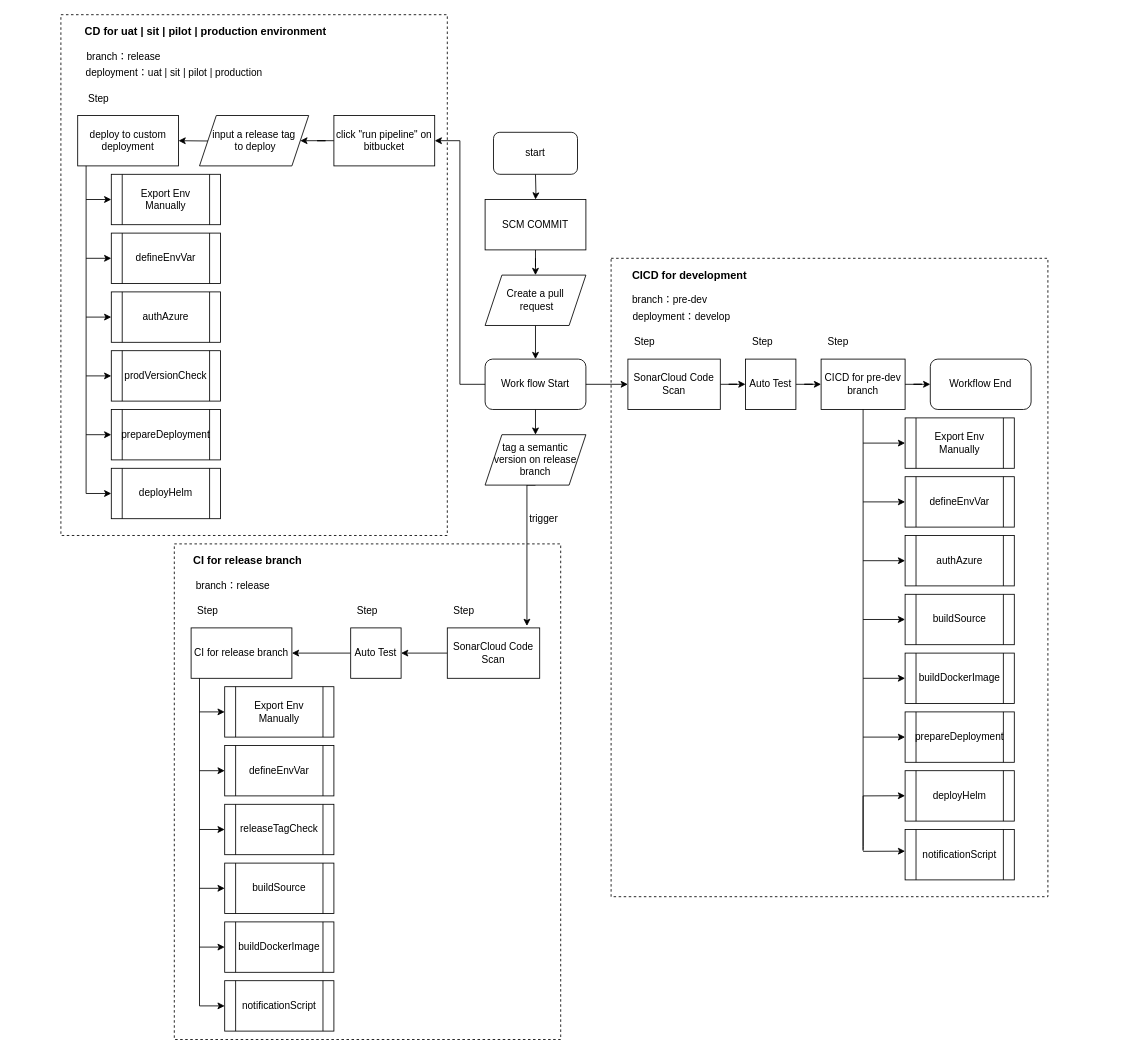
Above: Untitled Diagram.drawio in tinson28/devops-web (draw.io), before the change. Source tidied: cells renumbered, new cells numbered last; positions are measured from the earlier drawing's top-left corner, leaving out a move shared by most shapes. Both pictures are drawn from the tidied source at 84%, with x=0, y=0 at pixel (60, 14).
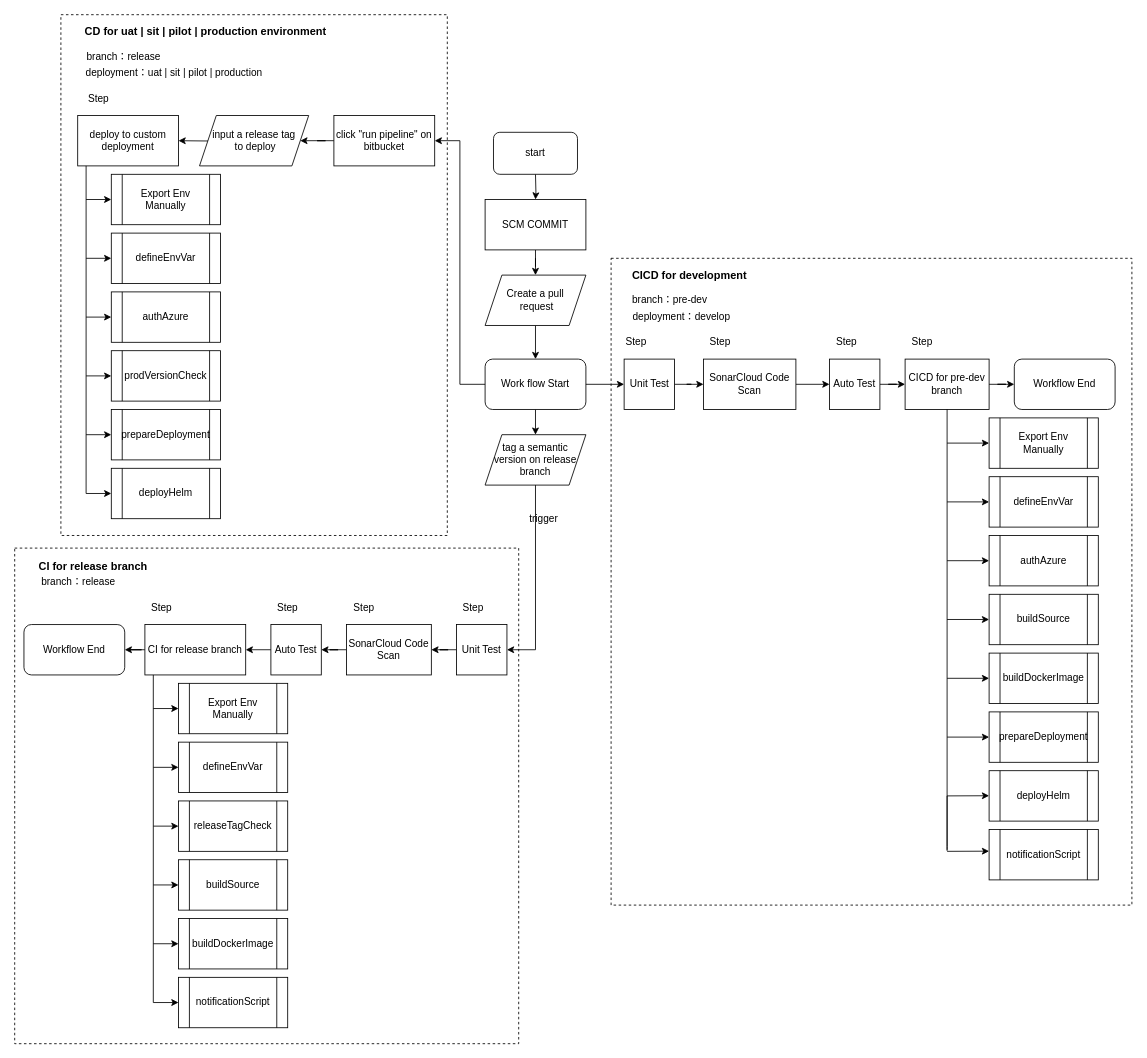
After the change.

The change refers to these unchanged cells:
```xml
<mxCell id="11" value="Work flow Start" style="rounded=1;whiteSpace=wrap;html=1;" parent="1" vertex="1">
  <mxGeometry x="505" y="410" width="120" height="60" as="geometry" />
</mxCell>
<mxCell id="32" value="tag a semantic version on release branch" style="shape=parallelogram;perimeter=parallelogramPerimeter;whiteSpace=wrap;html=1;fixedSize=1;" parent="1" vertex="1">
  <mxGeometry x="505" y="500" width="120" height="60" as="geometry" />
</mxCell>
```

Diff of the diagram source:
```diff
@@
     <mxCell id="2" style="rounded=0;whiteSpace=wrap;html=1;dashed=1;fillColor=none;" parent="1" vertex="1">
-      <mxGeometry x="655" y="290" width="520" height="760" as="geometry" />
+      <mxGeometry x="655" y="290" width="620" height="770" as="geometry" />
     </mxCell>
     <mxCell id="3" style="rounded=0;whiteSpace=wrap;html=1;dashed=1;fillColor=none;" parent="1" vertex="1">
-      <mxGeometry x="135" y="630" width="460" height="590" as="geometry" />
+      <mxGeometry x="-55" y="635" width="600" height="590" as="geometry" />
     </mxCell>
@@
     <mxCell id="13" value="&lt;span&gt;SonarCloud Code Scan&lt;/span&gt;" style="rounded=0;whiteSpace=wrap;html=1;" parent="1" vertex="1">
-      <mxGeometry x="675" y="410" width="110" height="60" as="geometry" />
+      <mxGeometry x="765" y="410" width="110" height="60" as="geometry" />
     </mxCell>
     <mxCell id="14" value="Step" style="text;html=1;strokeColor=none;fillColor=none;align=center;verticalAlign=middle;whiteSpace=wrap;rounded=0;" parent="1" vertex="1">
-      <mxGeometry x="675" y="380" width="40" height="20" as="geometry" />
+      <mxGeometry x="765" y="380" width="40" height="20" as="geometry" />
     </mxCell>
-    <mxCell id="15" style="edgeStyle=orthogonalEdgeStyle;rounded=0;jettySize=auto;html=1;exitX=1;exitY=0.5;exitDx=0;exitDy=0;entryX=0;entryY=0.5;entryDx=0;entryDy=0;" parent="1" edge="1" source="11" target="13">
+    <mxCell id="15" style="edgeStyle=orthogonalEdgeStyle;rounded=0;jettySize=auto;html=1;exitX=1;exitY=0.5;exitDx=0;exitDy=0;entryX=0.5;entryY=1;entryDx=0;entryDy=0;" parent="1" edge="1" source="11" target="95">
       <mxGeometry relative="1" as="geometry" />
     </mxCell>
@@
     <mxCell id="17" value="Auto Test" style="whiteSpace=wrap;html=1;rounded=0;direction=south;" parent="1" vertex="1">
-      <mxGeometry x="815" y="410" width="60" height="60" as="geometry" />
+      <mxGeometry x="915" y="410" width="60" height="60" as="geometry" />
     </mxCell>
     <mxCell id="18" value="Step" style="text;html=1;align=center;verticalAlign=middle;" parent="1" vertex="1">
-      <mxGeometry x="815" y="380" width="40" height="20" as="geometry" />
+      <mxGeometry x="915" y="380" width="40" height="20" as="geometry" />
     </mxCell>
     <mxCell id="19" value="CICD for pre-dev branch" style="whiteSpace=wrap;html=1;rounded=0;" parent="1" vertex="1">
-      <mxGeometry x="905" y="410" width="100" height="60" as="geometry" />
+      <mxGeometry x="1005" y="410" width="100" height="60" as="geometry" />
     </mxCell>
     <mxCell id="20" value="Step" style="text;html=1;align=center;verticalAlign=middle;" parent="1" vertex="1">
-      <mxGeometry x="905" y="380" width="40" height="20" as="geometry" />
+      <mxGeometry x="1005" y="380" width="40" height="20" as="geometry" />
     </mxCell>
     <mxCell id="21" style="endArrow=none;html=1;entryX=0.5;entryY=1;entryDx=0;entryDy=0;" parent="1" edge="1" target="19">
       <mxGeometry relative="1" as="geometry">
-        <mxPoint x="955" y="930" as="sourcePoint" />
+        <mxPoint x="1055" y="930" as="sourcePoint" />
         <Array as="points">
-          <mxPoint x="955" y="1000" />
+          <mxPoint x="1055" y="1000" />
         </Array>
       </mxGeometry>
     </mxCell>
     <mxCell id="22" style="endArrow=classic;html=1;entryX=0;entryY=0.5;entryDx=0;entryDy=0;" parent="1" edge="1" target="25">
       <mxGeometry relative="1" as="geometry">
-        <mxPoint x="955" y="510" as="sourcePoint" />
+        <mxPoint x="1055" y="510" as="sourcePoint" />
       </mxGeometry>
     </mxCell>
     <mxCell id="23" style="endArrow=classic;html=1;entryX=0;entryY=0.5;entryDx=0;entryDy=0;" parent="1" edge="1" target="26">
       <mxGeometry relative="1" as="geometry">
-        <mxPoint x="955" y="580" as="sourcePoint" />
+        <mxPoint x="1055" y="580" as="sourcePoint" />
       </mxGeometry>
     </mxCell>
     <mxCell id="24" style="endArrow=classic;html=1;entryX=0;entryY=0.5;entryDx=0;entryDy=0;entryPerimeter=0;" parent="1" edge="1" target="27">
       <mxGeometry relative="1" as="geometry">
-        <mxPoint x="955" y="650" as="sourcePoint" />
+        <mxPoint x="1055" y="650" as="sourcePoint" />
       </mxGeometry>
     </mxCell>
     <mxCell id="25" value="Export Env Manually" style="shape=process;whiteSpace=wrap;html=1;backgroundOutline=1;" parent="1" vertex="1">
-      <mxGeometry x="1005" y="480" width="130" height="60" as="geometry" />
+      <mxGeometry x="1105" y="480" width="130" height="60" as="geometry" />
     </mxCell>
     <mxCell id="26" value="defineEnvVar" style="shape=process;whiteSpace=wrap;html=1;backgroundOutline=1;" parent="1" vertex="1">
-      <mxGeometry x="1005" y="550" width="130" height="60" as="geometry" />
+      <mxGeometry x="1105" y="550" width="130" height="60" as="geometry" />
     </mxCell>
     <mxCell id="27" value="authAzure" style="shape=process;whiteSpace=wrap;html=1;backgroundOutline=1;" parent="1" vertex="1">
-      <mxGeometry x="1005" y="620" width="130" height="60" as="geometry" />
+      <mxGeometry x="1105" y="620" width="130" height="60" as="geometry" />
     </mxCell>
     <mxCell id="28" style="endArrow=classic;html=1;entryX=0;entryY=0.5;entryDx=0;entryDy=0;" parent="1" edge="1" target="29">
       <mxGeometry relative="1" as="geometry">
-        <mxPoint x="955" y="720" as="sourcePoint" />
+        <mxPoint x="1055" y="720" as="sourcePoint" />
       </mxGeometry>
     </mxCell>
     <mxCell id="29" value="buildSource" style="shape=process;whiteSpace=wrap;html=1;backgroundOutline=1;" parent="1" vertex="1">
-      <mxGeometry x="1005" y="690" width="130" height="60" as="geometry" />
+      <mxGeometry x="1105" y="690" width="130" height="60" as="geometry" />
     </mxCell>
-    <mxCell id="30" style="edgeStyle=orthogonalEdgeStyle;rounded=0;jettySize=auto;html=1;exitX=0.5;exitY=1;exitDx=0;exitDy=0;entryX=0.68;entryY=-0.022;entryDx=0;entryDy=0;entryPerimeter=0;" parent="1" edge="1" source="32">
+    <mxCell id="30" style="edgeStyle=orthogonalEdgeStyle;rounded=0;jettySize=auto;html=1;exitX=0.5;exitY=1;exitDx=0;exitDy=0;entryX=0.5;entryY=0;entryDx=0;entryDy=0;" parent="1" edge="1" source="32" target="99">
       <mxGeometry relative="1" as="geometry">
-        <mxPoint x="554.8" y="727.7" as="targetPoint" />
         <Array as="points">
-          <mxPoint x="555" y="560" />
+          <mxPoint x="565" y="756" />
         </Array>
       </mxGeometry>
     </mxCell>
@@
     <mxCell id="33" value="buildDockerImage" style="shape=process;whiteSpace=wrap;html=1;backgroundOutline=1;" parent="1" vertex="1">
-      <mxGeometry x="1005" y="760" width="130" height="60" as="geometry" />
+      <mxGeometry x="1105" y="760" width="130" height="60" as="geometry" />
     </mxCell>
     <mxCell id="34" style="endArrow=classic;html=1;" parent="1" edge="1">
       <mxGeometry relative="1" as="geometry">
-        <mxPoint x="955" y="790" as="sourcePoint" />
-        <mxPoint x="1005" y="790" as="targetPoint" />
+        <mxPoint x="1055" y="790" as="sourcePoint" />
+        <mxPoint x="1105" y="790" as="targetPoint" />
       </mxGeometry>
     </mxCell>
     <mxCell id="35" style="endArrow=classic;html=1;entryX=0;entryY=0.5;entryDx=0;entryDy=0;" parent="1" edge="1" target="36">
       <mxGeometry relative="1" as="geometry">
-        <mxPoint x="955" y="860" as="sourcePoint" />
+        <mxPoint x="1055" y="860" as="sourcePoint" />
       </mxGeometry>
     </mxCell>
     <mxCell id="36" value="prepareDeployment" style="shape=process;whiteSpace=wrap;html=1;backgroundOutline=1;" parent="1" vertex="1">
-      <mxGeometry x="1005" y="830" width="130" height="60" as="geometry" />
+      <mxGeometry x="1105" y="830" width="130" height="60" as="geometry" />
     </mxCell>
     <mxCell id="37" value="deployHelm" style="shape=process;whiteSpace=wrap;html=1;backgroundOutline=1;" parent="1" vertex="1">
-      <mxGeometry x="1005" y="900" width="130" height="60" as="geometry" />
+      <mxGeometry x="1105" y="900" width="130" height="60" as="geometry" />
     </mxCell>
     <mxCell id="38" style="endArrow=classic;html=1;" parent="1" edge="1">
       <mxGeometry relative="1" as="geometry">
-        <mxPoint x="955" y="930" as="sourcePoint" />
-        <mxPoint x="1005" y="929.8" as="targetPoint" />
+        <mxPoint x="1055" y="930" as="sourcePoint" />
+        <mxPoint x="1105" y="929.8" as="targetPoint" />
       </mxGeometry>
     </mxCell>
@@
     <mxCell id="41" value="Workflow End" style="rounded=1;whiteSpace=wrap;html=1;" parent="1" vertex="1">
-      <mxGeometry x="1035" y="410" width="120" height="60" as="geometry" />
+      <mxGeometry x="1135" y="410" width="120" height="60" as="geometry" />
     </mxCell>
@@
+    <mxCell id="93" style="edgeStyle=orthogonalEdgeStyle;rounded=0;jettySize=auto;html=1;" parent="1" edge="1" source="43" target="97">
+      <mxGeometry relative="1" as="geometry" />
+    </mxCell>
     <mxCell id="43" value="CI for release branch" style="whiteSpace=wrap;html=1;" parent="1" vertex="1">
-      <mxGeometry x="155" y="730" width="120" height="60" as="geometry" />
+      <mxGeometry x="100" y="726" width="120" height="60" as="geometry" />
     </mxCell>
     <mxCell id="44" style="endArrow=none;html=1;entryX=0.5;entryY=1;entryDx=0;entryDy=0;" parent="1" edge="1">
       <mxGeometry relative="1" as="geometry">
-        <mxPoint x="165" y="1180" as="sourcePoint" />
-        <mxPoint x="165" y="790" as="targetPoint" />
+        <mxPoint x="110" y="1176" as="sourcePoint" />
+        <mxPoint x="110" y="786" as="targetPoint" />
       </mxGeometry>
     </mxCell>
     <mxCell id="45" style="endArrow=classic;html=1;entryX=0;entryY=0.5;entryDx=0;entryDy=0;" parent="1" edge="1" target="48">
       <mxGeometry relative="1" as="geometry">
-        <mxPoint x="165" y="830" as="sourcePoint" />
+        <mxPoint x="110" y="826" as="sourcePoint" />
       </mxGeometry>
     </mxCell>
     <mxCell id="46" style="endArrow=classic;html=1;entryX=0;entryY=0.5;entryDx=0;entryDy=0;" parent="1" edge="1" target="49">
       <mxGeometry relative="1" as="geometry">
-        <mxPoint x="165" y="900" as="sourcePoint" />
+        <mxPoint x="110" y="896" as="sourcePoint" />
       </mxGeometry>
     </mxCell>
     <mxCell id="47" style="endArrow=classic;html=1;entryX=0;entryY=0.5;entryDx=0;entryDy=0;entryPerimeter=0;" parent="1" edge="1" target="50">
       <mxGeometry relative="1" as="geometry">
-        <mxPoint x="165" y="970" as="sourcePoint" />
+        <mxPoint x="110" y="966" as="sourcePoint" />
       </mxGeometry>
     </mxCell>
     <mxCell id="48" value="Export Env Manually" style="shape=process;whiteSpace=wrap;html=1;backgroundOutline=1;" parent="1" vertex="1">
-      <mxGeometry x="195" y="800" width="130" height="60" as="geometry" />
+      <mxGeometry x="140" y="796" width="130" height="60" as="geometry" />
     </mxCell>
     <mxCell id="49" value="defineEnvVar" style="shape=process;whiteSpace=wrap;html=1;backgroundOutline=1;" parent="1" vertex="1">
-      <mxGeometry x="195" y="870" width="130" height="60" as="geometry" />
+      <mxGeometry x="140" y="866" width="130" height="60" as="geometry" />
     </mxCell>
     <mxCell id="50" value="releaseTagCheck" style="shape=process;whiteSpace=wrap;html=1;backgroundOutline=1;" parent="1" vertex="1">
-      <mxGeometry x="195" y="940" width="130" height="60" as="geometry" />
+      <mxGeometry x="140" y="936" width="130" height="60" as="geometry" />
     </mxCell>
     <mxCell id="51" style="endArrow=classic;html=1;entryX=0;entryY=0.5;entryDx=0;entryDy=0;" parent="1" edge="1" target="52">
       <mxGeometry relative="1" as="geometry">
-        <mxPoint x="165" y="1040" as="sourcePoint" />
+        <mxPoint x="110" y="1036" as="sourcePoint" />
       </mxGeometry>
     </mxCell>
     <mxCell id="52" value="buildSource" style="shape=process;whiteSpace=wrap;html=1;backgroundOutline=1;" parent="1" vertex="1">
-      <mxGeometry x="195" y="1010" width="130" height="60" as="geometry" />
+      <mxGeometry x="140" y="1006" width="130" height="60" as="geometry" />
     </mxCell>
     <mxCell id="53" value="buildDockerImage" style="shape=process;whiteSpace=wrap;html=1;backgroundOutline=1;" parent="1" vertex="1">
-      <mxGeometry x="195" y="1080" width="130" height="60" as="geometry" />
+      <mxGeometry x="140" y="1076" width="130" height="60" as="geometry" />
     </mxCell>
     <mxCell id="54" style="endArrow=classic;html=1;" parent="1" edge="1">
       <mxGeometry relative="1" as="geometry">
-        <mxPoint x="165" y="1110" as="sourcePoint" />
-        <mxPoint x="195" y="1110" as="targetPoint" />
+        <mxPoint x="110" y="1106" as="sourcePoint" />
+        <mxPoint x="140" y="1106" as="targetPoint" />
       </mxGeometry>
     </mxCell>
     <mxCell id="55" style="endArrow=classic;html=1;entryX=0;entryY=0.5;entryDx=0;entryDy=0;" parent="1" edge="1" target="56">
       <mxGeometry relative="1" as="geometry">
-        <mxPoint x="165" y="1180" as="sourcePoint" />
+        <mxPoint x="110" y="1176" as="sourcePoint" />
       </mxGeometry>
     </mxCell>
     <mxCell id="56" value="notificationScript" style="shape=process;whiteSpace=wrap;html=1;backgroundOutline=1;" parent="1" vertex="1">
-      <mxGeometry x="195" y="1150" width="130" height="60" as="geometry" />
+      <mxGeometry x="140" y="1146" width="130" height="60" as="geometry" />
     </mxCell>
     <mxCell id="57" value="branch：release" style="text;html=1;strokeColor=none;fillColor=none;align=center;verticalAlign=middle;whiteSpace=wrap;rounded=0;dashed=1;" parent="1" vertex="1">
-      <mxGeometry x="145" y="670" width="120" height="20" as="geometry" />
+      <mxGeometry x="-39" y="666" width="120" height="20" as="geometry" />
     </mxCell>
@@
     <mxCell id="59" value="notificationScript" style="shape=process;whiteSpace=wrap;html=1;backgroundOutline=1;" parent="1" vertex="1">
-      <mxGeometry x="1005" y="970" width="130" height="60" as="geometry" />
+      <mxGeometry x="1105" y="970" width="130" height="60" as="geometry" />
     </mxCell>
     <mxCell id="60" style="endArrow=classic;html=1;" parent="1" edge="1">
       <mxGeometry relative="1" as="geometry">
-        <mxPoint x="955" y="996" as="sourcePoint" />
-        <mxPoint x="1005" y="995.8" as="targetPoint" />
+        <mxPoint x="1055" y="996" as="sourcePoint" />
+        <mxPoint x="1105" y="995.8" as="targetPoint" />
       </mxGeometry>
     </mxCell>
@@
     <mxCell id="63" value="&lt;span&gt;SonarCloud Code Scan&lt;/span&gt;" style="rounded=0;whiteSpace=wrap;html=1;" parent="1" vertex="1">
-      <mxGeometry x="460" y="730" width="110" height="60" as="geometry" />
+      <mxGeometry x="340" y="726" width="101" height="60" as="geometry" />
     </mxCell>
@@
     <mxCell id="65" value="Auto Test" style="whiteSpace=wrap;html=1;rounded=0;direction=south;" parent="1" vertex="1">
-      <mxGeometry x="345" y="730" width="60" height="60" as="geometry" />
+      <mxGeometry x="250" y="726" width="60" height="60" as="geometry" />
     </mxCell>
@@
     <mxCell id="82" value="Step" style="text;html=1;strokeColor=none;fillColor=none;align=center;verticalAlign=middle;whiteSpace=wrap;rounded=0;" parent="1" vertex="1">
-      <mxGeometry x="460" y="700" width="40" height="20" as="geometry" />
+      <mxGeometry x="341" y="696" width="40" height="20" as="geometry" />
     </mxCell>
     <mxCell id="83" value="Step" style="text;html=1;strokeColor=none;fillColor=none;align=center;verticalAlign=middle;whiteSpace=wrap;rounded=0;" parent="1" vertex="1">
-      <mxGeometry x="345" y="700" width="40" height="20" as="geometry" />
+      <mxGeometry x="250" y="696" width="40" height="20" as="geometry" />
     </mxCell>
     <mxCell id="84" value="Step" style="text;html=1;strokeColor=none;fillColor=none;align=center;verticalAlign=middle;whiteSpace=wrap;rounded=0;" parent="1" vertex="1">
-      <mxGeometry x="155" y="700" width="40" height="20" as="geometry" />
+      <mxGeometry x="100" y="696" width="40" height="20" as="geometry" />
     </mxCell>
@@
     <mxCell id="90" value="&lt;b&gt;&lt;font style=&quot;font-size: 13px&quot;&gt;CI for release branch&lt;/font&gt;&lt;/b&gt;" style="text;html=1;strokeColor=none;fillColor=none;align=center;verticalAlign=middle;whiteSpace=wrap;rounded=0;dashed=1;" parent="1" vertex="1">
-      <mxGeometry x="145" y="640" width="154.5" height="20" as="geometry" />
+      <mxGeometry x="-39" y="646" width="154.5" height="20" as="geometry" />
     </mxCell>
@@
+    <mxCell id="94" style="edgeStyle=orthogonalEdgeStyle;rounded=0;jettySize=auto;html=1;entryX=0;entryY=0.5;entryDx=0;entryDy=0;" parent="1" edge="1" source="95" target="13">
+      <mxGeometry relative="1" as="geometry" />
+    </mxCell>
+    <mxCell id="95" value="Unit Test" style="whiteSpace=wrap;html=1;rounded=0;direction=south;" parent="1" vertex="1">
+      <mxGeometry x="670.5" y="410" width="60" height="60" as="geometry" />
+    </mxCell>
+    <mxCell id="96" value="Step" style="text;html=1;strokeColor=none;fillColor=none;align=center;verticalAlign=middle;whiteSpace=wrap;rounded=0;" parent="1" vertex="1">
+      <mxGeometry x="665" y="380" width="40" height="20" as="geometry" />
+    </mxCell>
+    <mxCell id="97" value="Workflow End" style="rounded=1;whiteSpace=wrap;html=1;" parent="1" vertex="1">
+      <mxGeometry x="-44" y="726" width="120" height="60" as="geometry" />
+    </mxCell>
+    <mxCell id="98" style="edgeStyle=orthogonalEdgeStyle;rounded=0;jettySize=auto;html=1;entryX=1;entryY=0.5;entryDx=0;entryDy=0;" parent="1" edge="1" source="99" target="63">
+      <mxGeometry relative="1" as="geometry" />
+    </mxCell>
+    <mxCell id="99" value="Unit Test" style="whiteSpace=wrap;html=1;rounded=0;direction=south;" parent="1" vertex="1">
+      <mxGeometry x="471" y="726" width="60" height="60" as="geometry" />
+    </mxCell>
+    <mxCell id="100" value="Step" style="text;html=1;strokeColor=none;fillColor=none;align=center;verticalAlign=middle;whiteSpace=wrap;rounded=0;" parent="1" vertex="1">
+      <mxGeometry x="471" y="696" width="40" height="20" as="geometry" />
+    </mxCell>
```
